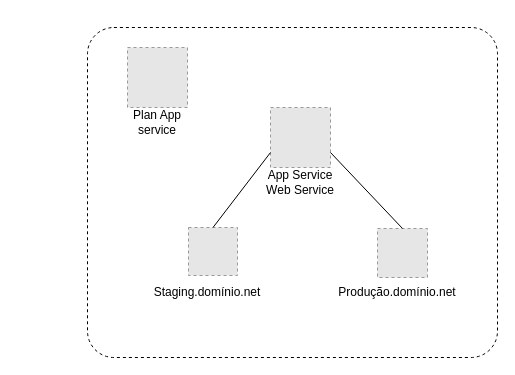
Earlier version of the draw.io diagram Diagrama sem nome.drawio (Pedro-gabriel/Lanlinkwebsite). Source tidied: cells renumbered, new cells numbered last; positions are measured from the earlier drawing's top-left corner, leaving out a move shared by most shapes. Both pictures are drawn from the tidied source at 100%, with x=0, y=0 at pixel (87, 27). Pictures stored in the file or linked from it are replaced by grey dashed boxes.
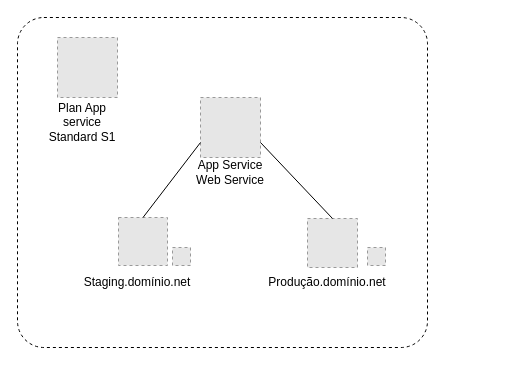
Above is the later version.

Change to the diagram source:
```diff
@@
-<mxGraphModel>
+<mxGraphModel background="#ffffff">
   <root>
     <mxCell id="0" />
     <mxCell id="1" parent="0" />
+    <mxCell id="13" style="group;" parent="1" vertex="1">
+      <mxGeometry x="-70" y="-10" width="410" height="330" as="geometry" />
+    </mxCell>
-    <mxCell id="2" style="rounded=1;whiteSpace=wrap;html=1;glass=0;shadow=0;dashed=1;arcSize=8;" parent="1" vertex="1">
+    <mxCell id="2" style="rounded=1;whiteSpace=wrap;html=1;glass=0;shadow=0;dashed=1;arcSize=8;" parent="13" vertex="1">
       <mxGeometry width="410" height="330" as="geometry" />
     </mxCell>
-    <mxCell id="3" style="fillColor=#E6E6E6;strokeColor=#999999;dashed=1;verticalLabelPosition=bottom;verticalAlign=top;" parent="1" vertex="1">
+    <mxCell id="3" style="fillColor=#E6E6E6;strokeColor=#999999;dashed=1;verticalLabelPosition=bottom;verticalAlign=top;" parent="13" vertex="1">
       <mxGeometry x="40" y="20" width="60" height="60" as="geometry" />
     </mxCell>
-    <mxCell id="4" style="fillColor=#E6E6E6;strokeColor=#999999;dashed=1;verticalLabelPosition=bottom;verticalAlign=top;" parent="1" vertex="1">
+    <mxCell id="4" style="fillColor=#E6E6E6;strokeColor=#999999;dashed=1;verticalLabelPosition=bottom;verticalAlign=top;" parent="13" vertex="1">
       <mxGeometry x="183" y="80" width="60" height="60" as="geometry" />
     </mxCell>
-    <mxCell id="5" value="Plan App service" style="text;strokeColor=none;align=center;fillColor=none;html=1;verticalAlign=middle;whiteSpace=wrap;rounded=0;" parent="1" vertex="1">
-      <mxGeometry x="40" y="80" width="60" height="30" as="geometry" />
+    <mxCell id="5" value="Plan App service&lt;br&gt;Standard S1" style="text;strokeColor=none;align=center;fillColor=none;html=1;verticalAlign=middle;whiteSpace=wrap;rounded=0;" parent="13" vertex="1">
+      <mxGeometry x="30" y="90" width="70" height="30" as="geometry" />
     </mxCell>
-    <mxCell id="6" style="fillColor=#E6E6E6;strokeColor=#999999;dashed=1;verticalLabelPosition=bottom;verticalAlign=top;" parent="1" vertex="1">
+    <mxCell id="6" style="fillColor=#E6E6E6;strokeColor=#999999;dashed=1;verticalLabelPosition=bottom;verticalAlign=top;" parent="13" vertex="1">
       <mxGeometry x="290" y="201" width="50" height="49" as="geometry" />
     </mxCell>
-    <mxCell id="7" style="fillColor=#E6E6E6;strokeColor=#999999;dashed=1;verticalLabelPosition=bottom;verticalAlign=top;" parent="1" vertex="1">
+    <mxCell id="7" style="fillColor=#E6E6E6;strokeColor=#999999;dashed=1;verticalLabelPosition=bottom;verticalAlign=top;" parent="13" vertex="1">
       <mxGeometry x="101" y="200" width="49" height="48" as="geometry" />
     </mxCell>
-    <mxCell id="8" value="App Service&lt;br&gt;Web Service" style="text;strokeColor=none;align=center;fillColor=none;html=1;verticalAlign=middle;whiteSpace=wrap;rounded=0;" parent="1" vertex="1">
+    <mxCell id="8" value="App Service&lt;br&gt;Web Service" style="text;strokeColor=none;align=center;fillColor=none;html=1;verticalAlign=middle;whiteSpace=wrap;rounded=0;" parent="13" vertex="1">
       <mxGeometry x="173" y="140" width="80" height="30" as="geometry" />
     </mxCell>
-    <mxCell id="9" value="Produção.domínio.net" style="text;strokeColor=none;align=center;fillColor=none;html=1;verticalAlign=middle;whiteSpace=wrap;rounded=0;" parent="1" vertex="1">
+    <mxCell id="9" value="Produção.domínio.net" style="text;strokeColor=none;align=center;fillColor=none;html=1;verticalAlign=middle;whiteSpace=wrap;rounded=0;" parent="13" vertex="1">
       <mxGeometry x="280" y="250" width="60" height="30" as="geometry" />
     </mxCell>
-    <mxCell id="10" value="Staging.domínio.net" style="text;strokeColor=none;align=center;fillColor=none;html=1;verticalAlign=middle;whiteSpace=wrap;rounded=0;" parent="1" vertex="1">
+    <mxCell id="10" value="Staging.domínio.net" style="text;strokeColor=none;align=center;fillColor=none;html=1;verticalAlign=middle;whiteSpace=wrap;rounded=0;" parent="13" vertex="1">
       <mxGeometry x="90" y="250" width="60" height="30" as="geometry" />
     </mxCell>
-    <mxCell id="11" style="endArrow=none;html=1;rounded=0;entryX=1;entryY=0.75;entryDx=0;entryDy=0;exitX=0.5;exitY=0;exitDx=0;exitDy=0;" parent="1" edge="1" source="6" target="4">
+    <mxCell id="11" style="endArrow=none;html=1;rounded=0;entryX=1;entryY=0.75;entryDx=0;entryDy=0;exitX=0.5;exitY=0;exitDx=0;exitDy=0;" parent="13" edge="1" source="6" target="4">
       <mxGeometry relative="1" as="geometry" />
     </mxCell>
-    <mxCell id="12" style="endArrow=none;html=1;rounded=0;entryX=0;entryY=0.75;entryDx=0;entryDy=0;exitX=0.5;exitY=0;exitDx=0;exitDy=0;" parent="1" edge="1" source="7" target="4">
+    <mxCell id="12" style="endArrow=none;html=1;rounded=0;entryX=0;entryY=0.75;entryDx=0;entryDy=0;exitX=0.5;exitY=0;exitDx=0;exitDy=0;" parent="13" edge="1" source="7" target="4">
       <mxGeometry relative="1" as="geometry" />
     </mxCell>
+    <mxCell id="14" style="fillColor=#E6E6E6;strokeColor=#999999;dashed=1;verticalLabelPosition=bottom;verticalAlign=top;" parent="13" vertex="1">
+      <mxGeometry x="155" y="230" width="18" height="18" as="geometry" />
+    </mxCell>
+    <mxCell id="15" style="fillColor=#E6E6E6;strokeColor=#999999;dashed=1;verticalLabelPosition=bottom;verticalAlign=top;" parent="13" vertex="1">
+      <mxGeometry x="350" y="230" width="18" height="18" as="geometry" />
+    </mxCell>
   </root>
 </mxGraphModel>
```
